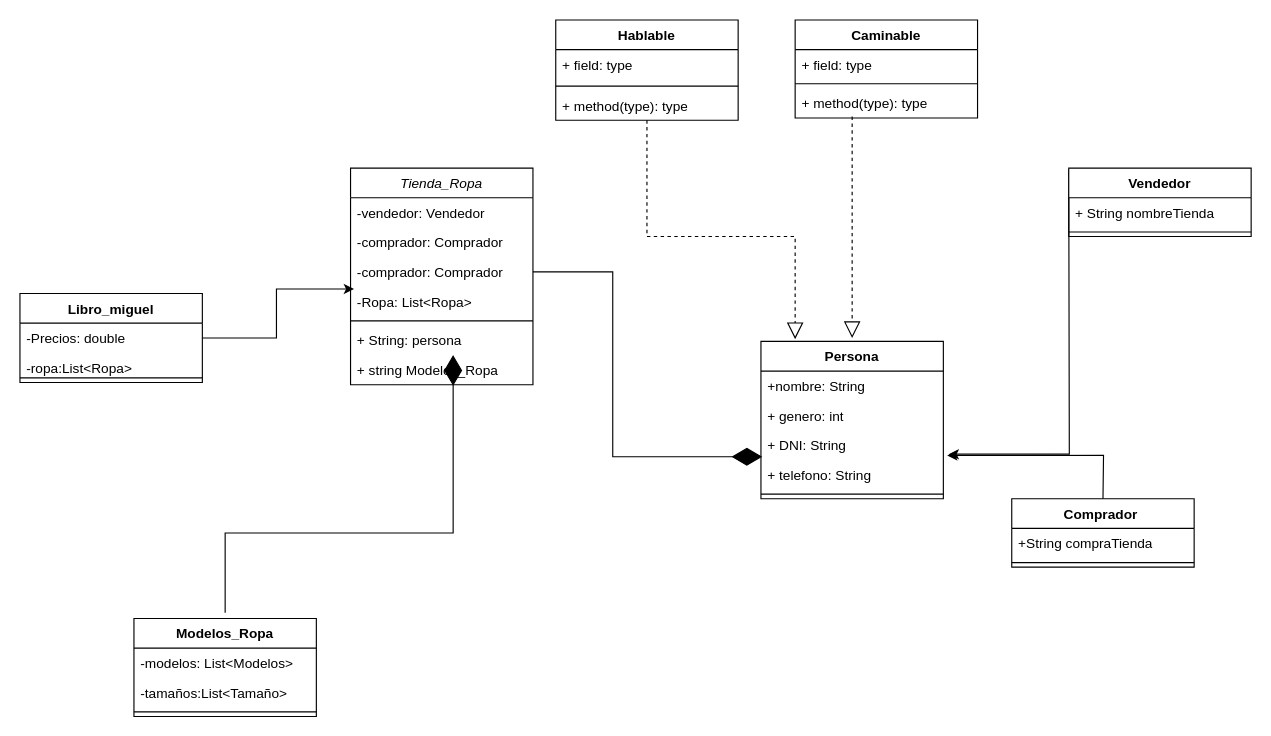
The draw.io diagram Diagrama sin título.drawio in victovictorio00/T2_TPOO, before the edit. Source tidied: cells renumbered, new cells numbered last; positions are measured from the earlier drawing's top-left corner, leaving out a move shared by most shapes. Both pictures are drawn from the tidied source at 114%, with x=0, y=0 at pixel (19, 19).
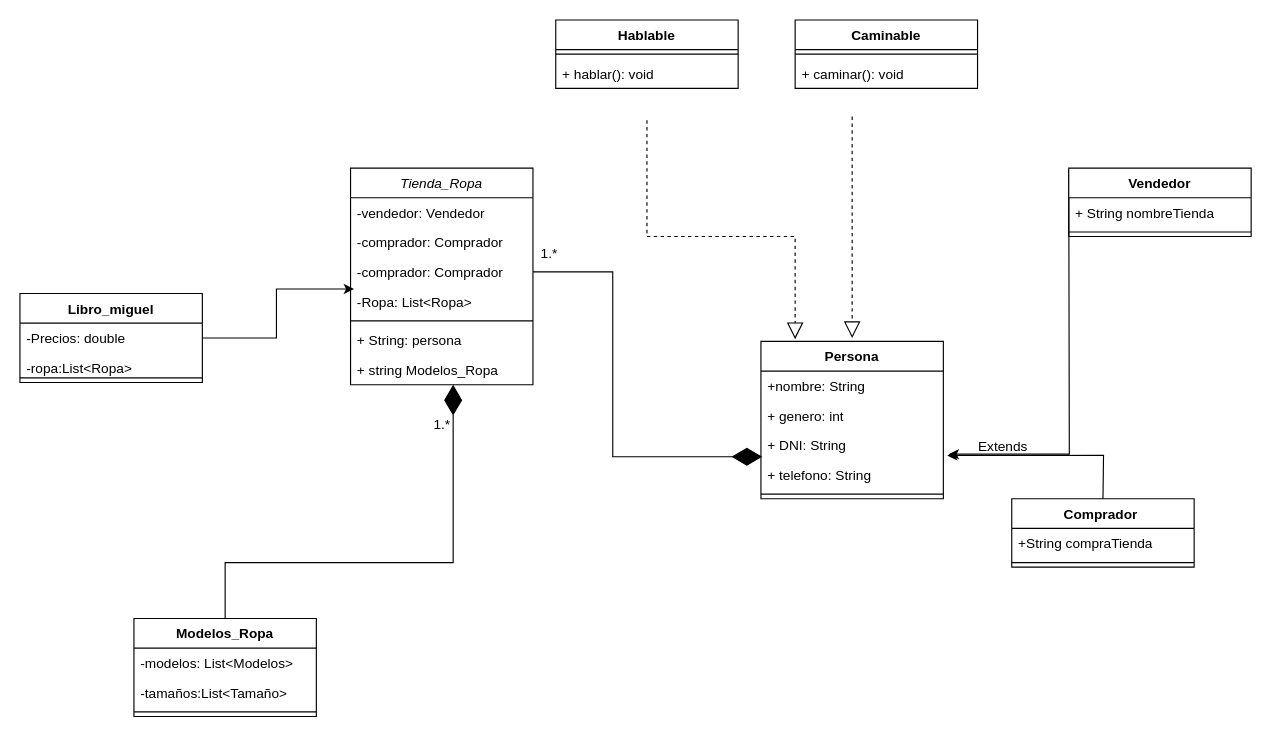
Above is the later version.

The change refers to these unchanged cells:
```xml
<mxCell id="11" value="Modelos_Ropa" style="swimlane;fontStyle=1;align=center;verticalAlign=top;horizontal=1;startSize=26;whiteSpace=wrap;html=1;" parent="1" vertex="1">
  <mxGeometry x="100" y="525" width="160" height="86" as="geometry" />
</mxCell>
```

Change to the diagram source:
```diff
@@
     <mxCell id="19" value="Hablable" style="swimlane;fontStyle=1;align=center;verticalAlign=top;horizontal=1;startSize=26;whiteSpace=wrap;html=1;" parent="1" vertex="1">
-      <mxGeometry x="470" width="160" height="88" as="geometry" />
+      <mxGeometry x="470" width="160" height="60" as="geometry" />
     </mxCell>
-    <mxCell id="20" value="+ field: type" style="text;strokeColor=none;fillColor=none;align=left;verticalAlign=top;spacingLeft=4;spacingRight=4;overflow=hidden;whiteSpace=wrap;html=1;" parent="19" vertex="1">
-      <mxGeometry y="26" width="160" height="28" as="geometry" />
-    </mxCell>
     <mxCell id="21" style="line;strokeWidth=1;fillColor=none;align=left;verticalAlign=middle;spacingTop=-1;spacingLeft=3;spacingRight=3;labelPosition=right;strokeColor=inherit;" parent="19" vertex="1">
-      <mxGeometry y="54" width="160" height="8" as="geometry" />
+      <mxGeometry y="26" width="160" height="8" as="geometry" />
     </mxCell>
-    <mxCell id="22" value="+ method(type): type" style="text;strokeColor=none;fillColor=none;align=left;verticalAlign=top;spacingLeft=4;spacingRight=4;overflow=hidden;whiteSpace=wrap;html=1;" parent="19" vertex="1">
-      <mxGeometry y="62" width="160" height="26" as="geometry" />
+    <mxCell id="22" value="+ hablar(): void" style="text;strokeColor=none;fillColor=none;align=left;verticalAlign=top;spacingLeft=4;spacingRight=4;overflow=hidden;whiteSpace=wrap;html=1;" parent="19" vertex="1">
+      <mxGeometry y="34" width="160" height="26" as="geometry" />
     </mxCell>
     <mxCell id="23" value="Caminable" style="swimlane;fontStyle=1;align=center;verticalAlign=top;horizontal=1;startSize=26;whiteSpace=wrap;html=1;" parent="1" vertex="1">
-      <mxGeometry x="680" width="160" height="86" as="geometry" />
+      <mxGeometry x="680" width="160" height="60" as="geometry" />
     </mxCell>
-    <mxCell id="24" value="+ field: type" style="text;strokeColor=none;fillColor=none;align=left;verticalAlign=top;spacingLeft=4;spacingRight=4;overflow=hidden;whiteSpace=wrap;html=1;" parent="23" vertex="1">
-      <mxGeometry y="26" width="160" height="26" as="geometry" />
-    </mxCell>
     <mxCell id="25" style="line;strokeWidth=1;fillColor=none;align=left;verticalAlign=middle;spacingTop=-1;spacingLeft=3;spacingRight=3;labelPosition=right;strokeColor=inherit;" parent="23" vertex="1">
-      <mxGeometry y="52" width="160" height="8" as="geometry" />
+      <mxGeometry y="26" width="160" height="8" as="geometry" />
     </mxCell>
-    <mxCell id="26" value="+ method(type): type" style="text;strokeColor=none;fillColor=none;align=left;verticalAlign=top;spacingLeft=4;spacingRight=4;overflow=hidden;whiteSpace=wrap;html=1;" parent="23" vertex="1">
-      <mxGeometry y="60" width="160" height="26" as="geometry" />
+    <mxCell id="26" value="+ caminar(): void&amp;nbsp;" style="text;strokeColor=none;fillColor=none;align=left;verticalAlign=top;spacingLeft=4;spacingRight=4;overflow=hidden;whiteSpace=wrap;html=1;" parent="23" vertex="1">
+      <mxGeometry y="34" width="160" height="26" as="geometry" />
     </mxCell>
@@
-    <mxCell id="42" style="endArrow=diamondThin;endFill=1;endSize=24;html=1;rounded=0;" parent="1" edge="1">
+    <mxCell id="42" style="endArrow=diamondThin;endFill=1;endSize=24;html=1;rounded=0;exitX=0.5;exitY=0;exitDx=0;exitDy=0;" parent="1" edge="1" source="11">
       <mxGeometry relative="1" as="geometry">
-        <mxPoint x="180" y="520" as="sourcePoint" />
-        <mxPoint x="380" y="294" as="targetPoint" />
+        <mxPoint x="380" y="320" as="targetPoint" />
         <Array as="points">
-          <mxPoint x="180" y="450" />
-          <mxPoint x="380" y="450" />
+          <mxPoint x="180" y="476" />
+          <mxPoint x="380" y="476" />
         </Array>
       </mxGeometry>
     </mxCell>
@@
+    <mxCell id="45" value="Extends" style="text;html=1;align=center;verticalAlign=middle;strokeColor=none;fillColor=none;" parent="1" vertex="1">
+      <mxGeometry x="827" y="360" width="70" height="30" as="geometry" />
+    </mxCell>
+    <mxCell id="46" value="1.*" style="text;html=1;align=center;verticalAlign=middle;strokeColor=none;fillColor=none;" parent="1" vertex="1">
+      <mxGeometry x="444" y="190" width="40" height="30" as="geometry" />
+    </mxCell>
+    <mxCell id="47" value="1.*" style="text;html=1;align=center;verticalAlign=middle;strokeColor=none;fillColor=none;" parent="1" vertex="1">
+      <mxGeometry x="350" y="340" width="40" height="30" as="geometry" />
+    </mxCell>
```
